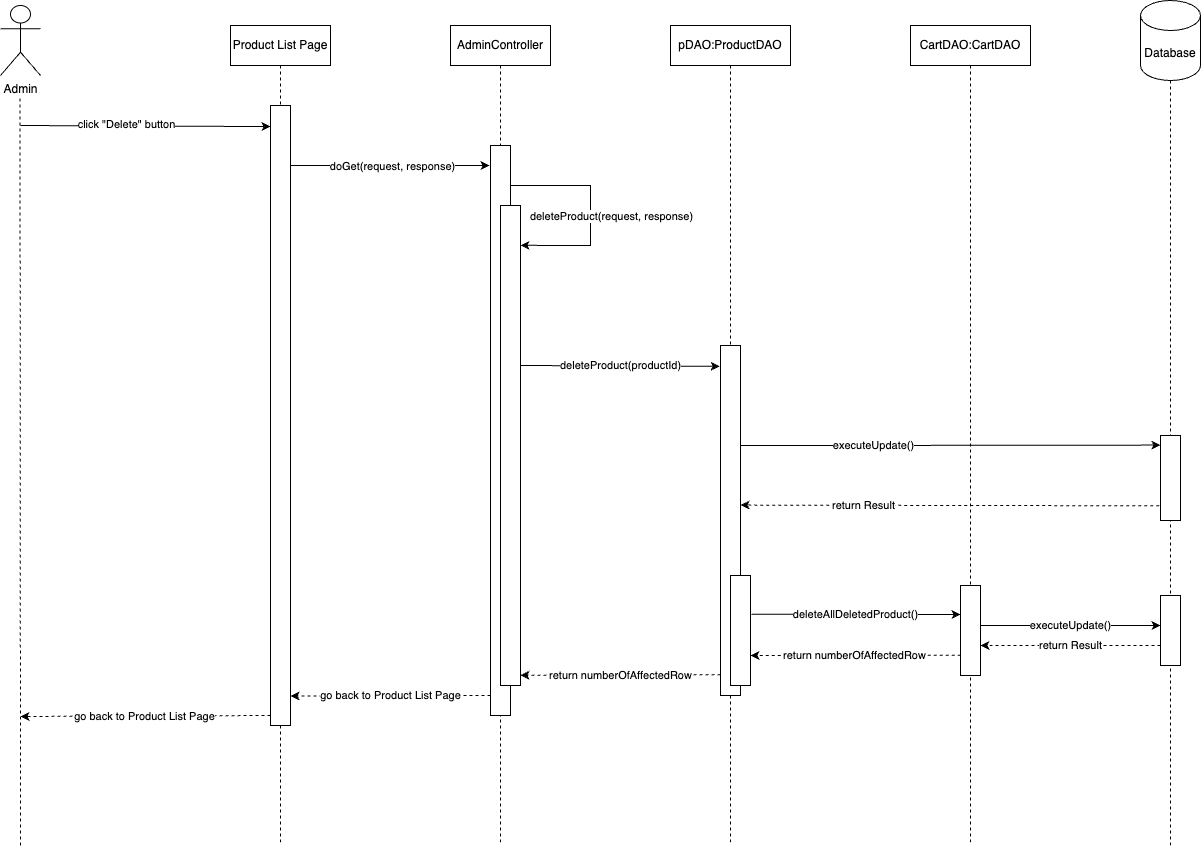
Earlier version of the draw.io export document/SDS/24. Delete product/Sequence_Diagram/DeleteProductSequenceDiagram.drawio.png (QuocZuong/perfume-store). Source tidied: cells renumbered, new cells last; positions are measured from the earlier drawing's top-left corner, leaving out a move shared by most shapes.
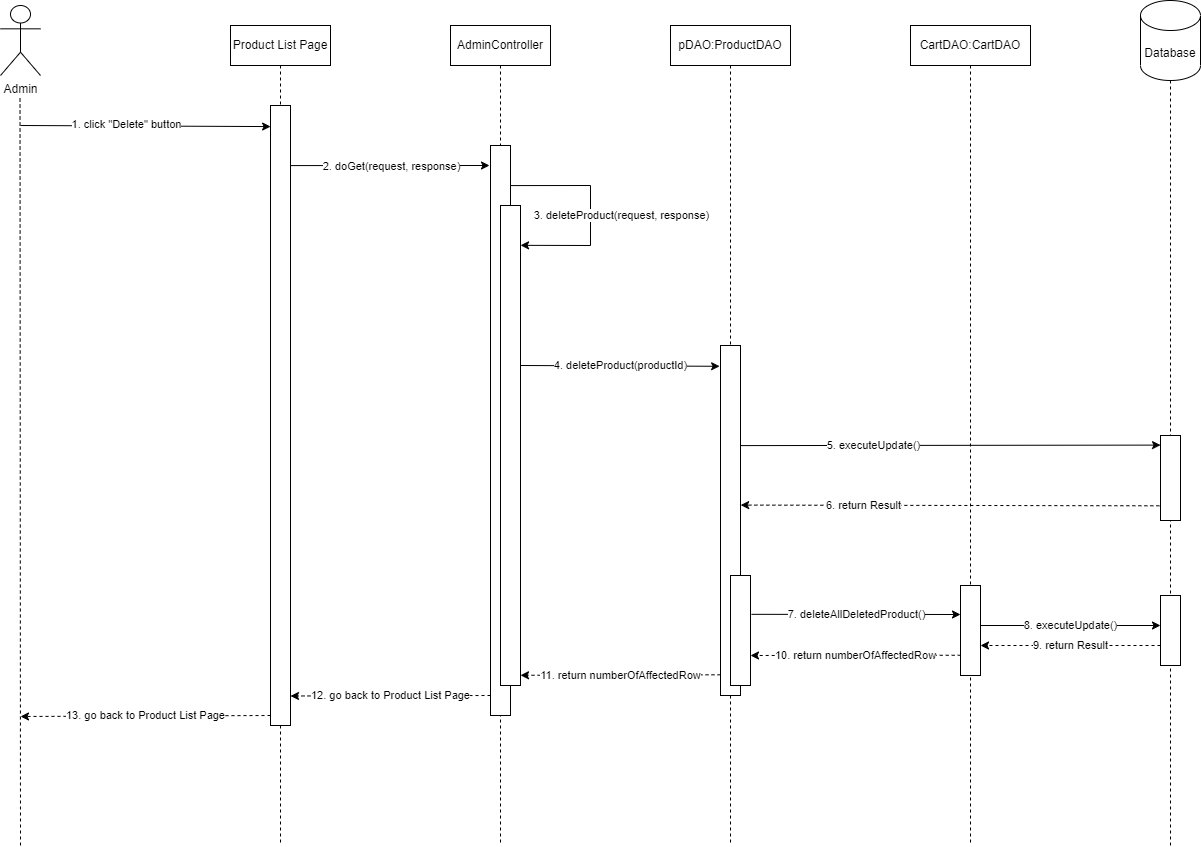
The same diagram one commit later.

Diff of the diagram source:
```diff
@@ -34,7 +34,7 @@
         <mxPoint x="489" y="165" as="targetPoint" />
       </mxGeometry>
     </mxCell>
-    <mxCell id="10" value="doGet(request, response)" style="edgeLabel;html=1;align=center;verticalAlign=middle;" parent="9" vertex="1">
+    <mxCell id="10" value="2. doGet(request, response)" style="edgeLabel;html=1;align=center;verticalAlign=middle;" parent="9" vertex="1">
       <mxGeometry x="0.09" relative="1" as="geometry">
         <mxPoint x="-7" as="offset" />
       </mxGeometry>
@@ -44,7 +44,7 @@
         <mxPoint x="20" y="125" as="sourcePoint" />
       </mxGeometry>
     </mxCell>
-    <mxCell id="12" value="click &quot;Delete&quot; button" style="edgeLabel;html=1;align=center;verticalAlign=middle;" parent="11" vertex="1">
+    <mxCell id="12" value="1. click &quot;Delete&quot; button" style="edgeLabel;html=1;align=center;verticalAlign=middle;" parent="11" vertex="1">
       <mxGeometry x="-0.16" y="2" relative="1" as="geometry" />
     </mxCell>
     <mxCell id="13" style="rounded=0;whiteSpace=wrap;html=1;" parent="1" vertex="1">
@@ -71,12 +71,12 @@
         </Array>
       </mxGeometry>
     </mxCell>
-    <mxCell id="19" value="deleteProduct(request, response)" style="edgeLabel;html=1;align=center;verticalAlign=middle;" parent="18" vertex="1">
+    <mxCell id="19" value="3. deleteProduct(request, response)" style="edgeLabel;html=1;align=center;verticalAlign=middle;" parent="18" vertex="1">
       <mxGeometry x="0.09" relative="1" as="geometry">
-        <mxPoint x="20" y="-4" as="offset" />
+        <mxPoint x="30" y="-4" as="offset" />
       </mxGeometry>
     </mxCell>
-    <mxCell id="20" value="deleteProduct(productId)" style="endArrow=classic;html=1;rounded=0;exitX=1.033;exitY=0.265;exitDx=0;exitDy=0;exitPerimeter=0;entryX=-0.011;entryY=0.194;entryDx=0;entryDy=0;entryPerimeter=0;" parent="1" edge="1">
+    <mxCell id="20" value="4. deleteProduct(productId)" style="endArrow=classic;html=1;rounded=0;exitX=1.033;exitY=0.265;exitDx=0;exitDy=0;exitPerimeter=0;entryX=-0.011;entryY=0.194;entryDx=0;entryDy=0;entryPerimeter=0;" parent="1" edge="1">
       <mxGeometry relative="1" as="geometry">
         <mxPoint x="520" y="365" as="sourcePoint" />
         <mxPoint x="719.1" y="365.8" as="targetPoint" />
@@ -85,7 +85,7 @@
     <mxCell id="21" style="rounded=0;whiteSpace=wrap;html=1;" parent="1" vertex="1">
       <mxGeometry x="730" y="575" width="20" height="110" as="geometry" />
     </mxCell>
-    <mxCell id="22" value="deleteAllDeletedProduct()" style="endArrow=classic;html=1;rounded=0;exitX=1.05;exitY=0.353;exitDx=0;exitDy=0;exitPerimeter=0;" parent="1" edge="1" source="21">
+    <mxCell id="22" value="7. deleteAllDeletedProduct()" style="endArrow=classic;html=1;rounded=0;exitX=1.05;exitY=0.353;exitDx=0;exitDy=0;exitPerimeter=0;" parent="1" edge="1" source="21">
       <mxGeometry relative="1" as="geometry">
         <mxPoint x="960" y="614" as="targetPoint" />
       </mxGeometry>
@@ -93,33 +93,33 @@
     <mxCell id="23" style="rounded=0;whiteSpace=wrap;html=1;" parent="1" vertex="1">
       <mxGeometry x="960" y="585" width="20" height="90" as="geometry" />
     </mxCell>
-    <mxCell id="24" value="return numberOfAffectedRow" style="endArrow=classic;html=1;rounded=0;dashed=1;exitX=0.01;exitY=0.775;exitDx=0;exitDy=0;exitPerimeter=0;" parent="1" edge="1" source="23">
+    <mxCell id="24" value="10. return numberOfAffectedRow" style="endArrow=classic;html=1;rounded=0;dashed=1;exitX=0.01;exitY=0.775;exitDx=0;exitDy=0;exitPerimeter=0;" parent="1" edge="1" source="23">
       <mxGeometry relative="1" as="geometry">
         <mxPoint x="750" y="655" as="targetPoint" />
       </mxGeometry>
     </mxCell>
-    <mxCell id="25" value="return numberOfAffectedRow" style="endArrow=classic;html=1;rounded=0;dashed=1;exitX=0.005;exitY=0.82;exitDx=0;exitDy=0;exitPerimeter=0;" parent="1" edge="1">
+    <mxCell id="25" value="11. return numberOfAffectedRow" style="endArrow=classic;html=1;rounded=0;dashed=1;exitX=0.005;exitY=0.82;exitDx=0;exitDy=0;exitPerimeter=0;" parent="1" edge="1">
       <mxGeometry relative="1" as="geometry">
         <mxPoint x="720" y="674.3" as="sourcePoint" />
         <mxPoint x="520" y="674.8" as="targetPoint" />
       </mxGeometry>
     </mxCell>
-    <mxCell id="26" value="go back to Product List Page" style="endArrow=classic;html=1;rounded=0;dashed=1;exitX=0.005;exitY=0.82;exitDx=0;exitDy=0;exitPerimeter=0;" parent="1" edge="1">
+    <mxCell id="26" value="12. go back to Product List Page" style="endArrow=classic;html=1;rounded=0;dashed=1;exitX=0.005;exitY=0.82;exitDx=0;exitDy=0;exitPerimeter=0;" parent="1" edge="1">
       <mxGeometry relative="1" as="geometry">
         <mxPoint x="490" y="695" as="sourcePoint" />
         <mxPoint x="290" y="695.5" as="targetPoint" />
       </mxGeometry>
     </mxCell>
-    <mxCell id="27" value="executeUpdate()" style="endArrow=classic;html=1;rounded=0;exitX=1.012;exitY=0.286;exitDx=0;exitDy=0;exitPerimeter=0;entryX=0.002;entryY=0.113;entryDx=0;entryDy=0;entryPerimeter=0;" parent="1" edge="1" source="14" target="28">
+    <mxCell id="27" value="5. executeUpdate()" style="endArrow=classic;html=1;rounded=0;exitX=1.012;exitY=0.286;exitDx=0;exitDy=0;exitPerimeter=0;entryX=0.002;entryY=0.113;entryDx=0;entryDy=0;entryPerimeter=0;" parent="1" edge="1" source="14" target="28">
       <mxGeometry x="-0.37" relative="1" as="geometry" />
     </mxCell>
     <mxCell id="28" style="rounded=0;whiteSpace=wrap;html=1;" parent="1" vertex="1">
       <mxGeometry x="1160" y="435" width="20" height="85" as="geometry" />
     </mxCell>
-    <mxCell id="29" value="return Result" style="endArrow=classic;html=1;rounded=0;dashed=1;exitX=-0.057;exitY=0.827;exitDx=0;exitDy=0;exitPerimeter=0;entryX=1.008;entryY=0.456;entryDx=0;entryDy=0;entryPerimeter=0;" parent="1" edge="1" source="28" target="14">
+    <mxCell id="29" value="6. return Result" style="endArrow=classic;html=1;rounded=0;dashed=1;exitX=-0.057;exitY=0.827;exitDx=0;exitDy=0;exitPerimeter=0;entryX=1.008;entryY=0.456;entryDx=0;entryDy=0;entryPerimeter=0;" parent="1" edge="1" source="28" target="14">
       <mxGeometry x="0.41" relative="1" as="geometry" />
     </mxCell>
-    <mxCell id="30" value="executeUpdate()" style="endArrow=classic;html=1;rounded=0;exitX=1.025;exitY=0.207;exitDx=0;exitDy=0;exitPerimeter=0;" parent="1" edge="1">
+    <mxCell id="30" value="8. executeUpdate()" style="endArrow=classic;html=1;rounded=0;exitX=1.025;exitY=0.207;exitDx=0;exitDy=0;exitPerimeter=0;" parent="1" edge="1">
       <mxGeometry relative="1" as="geometry">
         <mxPoint x="980" y="625" as="sourcePoint" />
         <mxPoint x="1160" y="625" as="targetPoint" />
@@ -128,13 +128,13 @@
     <mxCell id="31" style="rounded=0;whiteSpace=wrap;html=1;" parent="1" vertex="1">
       <mxGeometry x="1160" y="595" width="20" height="70" as="geometry" />
     </mxCell>
-    <mxCell id="32" value="return Result" style="endArrow=classic;html=1;rounded=0;dashed=1;exitX=-0.057;exitY=0.827;exitDx=0;exitDy=0;exitPerimeter=0;" parent="1" edge="1">
+    <mxCell id="32" value="9. return Result" style="endArrow=classic;html=1;rounded=0;dashed=1;exitX=-0.057;exitY=0.827;exitDx=0;exitDy=0;exitPerimeter=0;" parent="1" edge="1">
       <mxGeometry relative="1" as="geometry">
         <mxPoint x="1160" y="645" as="sourcePoint" />
         <mxPoint x="980" y="645" as="targetPoint" />
       </mxGeometry>
     </mxCell>
-    <mxCell id="33" value="go back to Product List Page" style="endArrow=classic;html=1;rounded=0;dashed=1;exitX=0.005;exitY=0.82;exitDx=0;exitDy=0;exitPerimeter=0;" parent="1" edge="1">
+    <mxCell id="33" value="13. go back to Product List Page" style="endArrow=classic;html=1;rounded=0;dashed=1;exitX=0.005;exitY=0.82;exitDx=0;exitDy=0;exitPerimeter=0;" parent="1" edge="1">
       <mxGeometry relative="1" as="geometry">
         <mxPoint x="270" y="715" as="sourcePoint" />
         <mxPoint x="20" y="716" as="targetPoint" />
```
